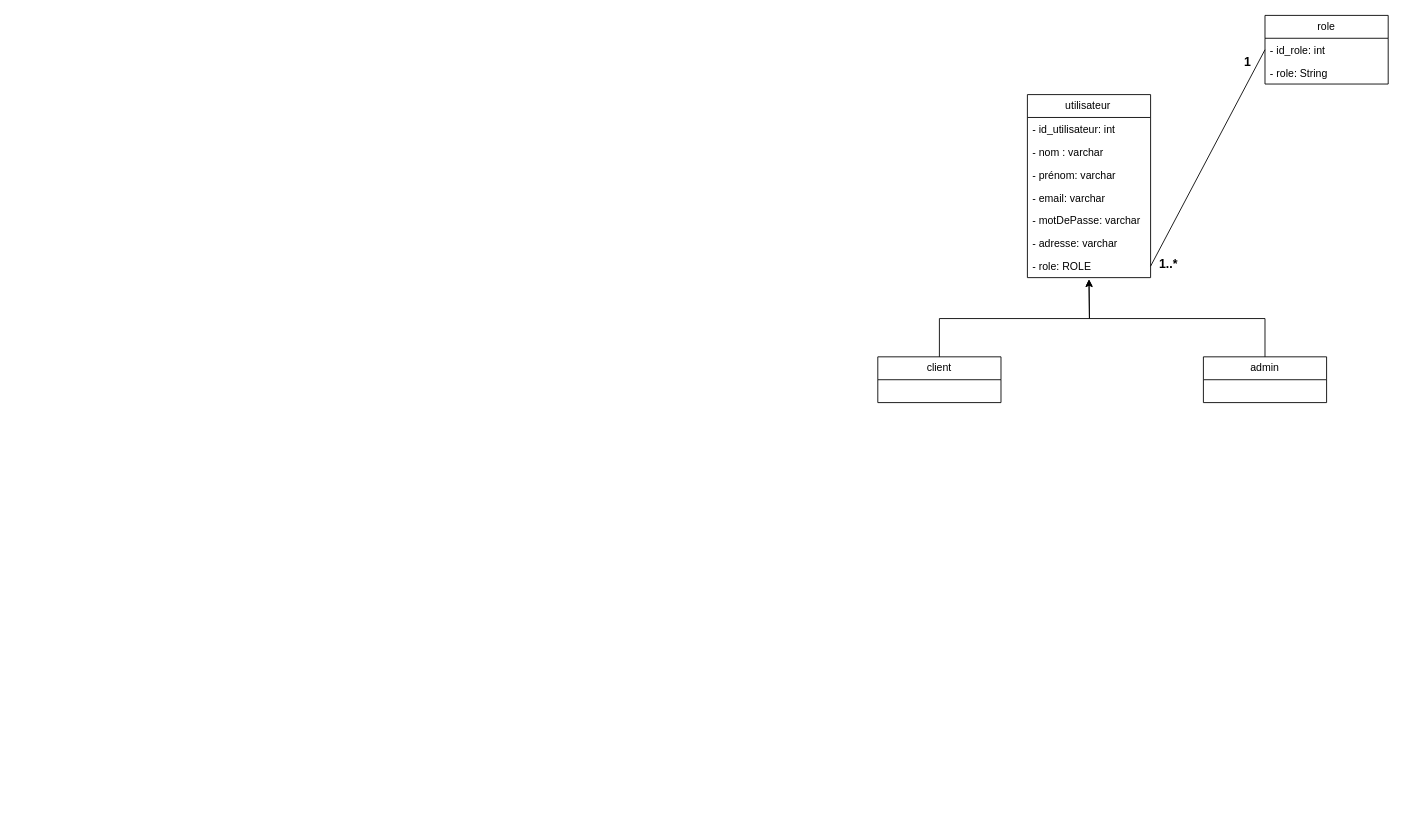
Before: All4u.drawio in ilyassoussi/all4u-front, a draw.io diagram. Source tidied: cells renumbered, new cells numbered last; positions are measured from the earlier drawing's top-left corner, leaving out a move shared by most shapes. Both pictures are drawn from the tidied source at 88%, with x=0, y=0 at pixel (877, 15).
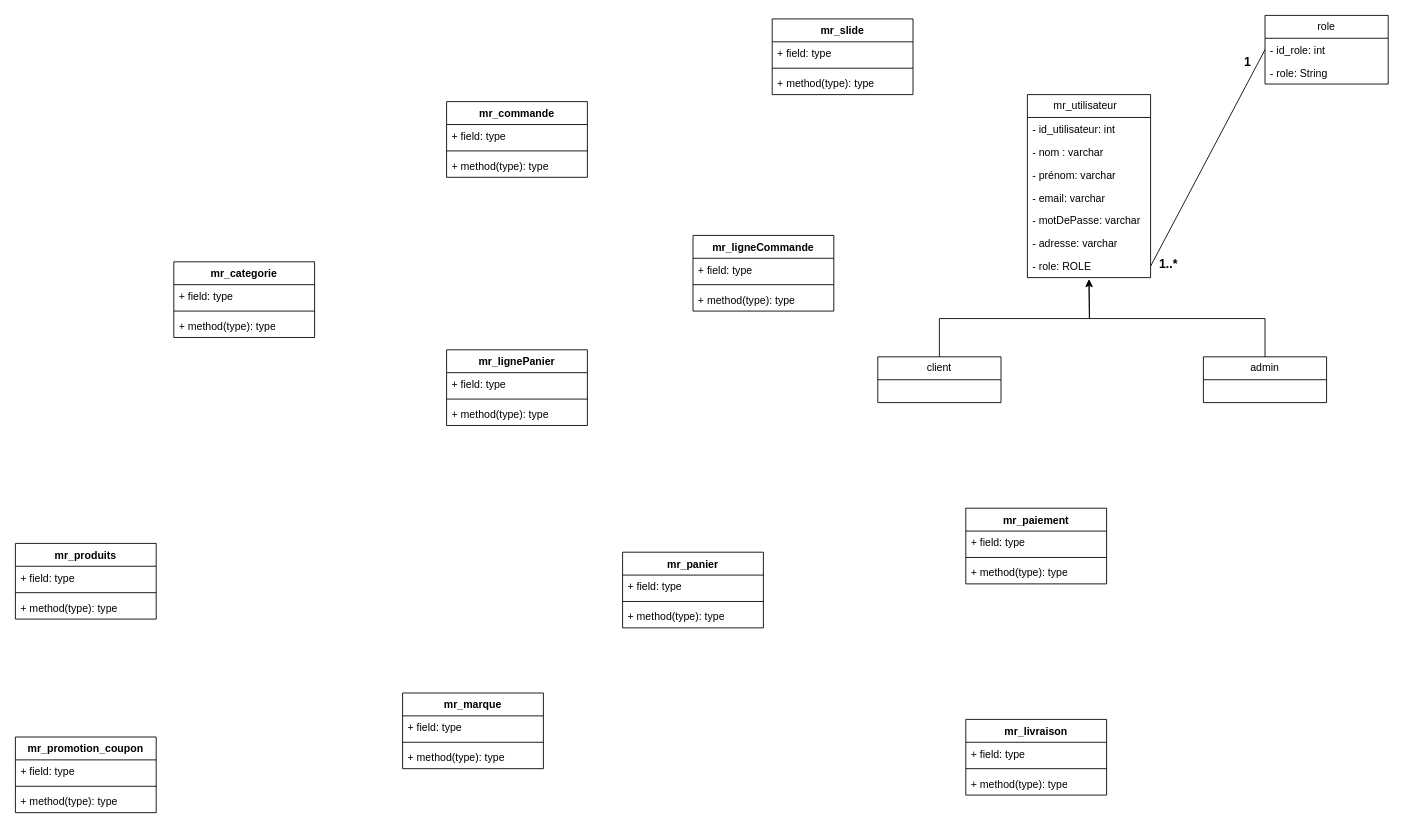
Above is the later version.

The edit, as a diff of the source:
```diff
@@
-    <mxCell id="7" value="utilisateur&lt;span style=&quot;white-space: pre;&quot;&gt;&#9;&lt;/span&gt;" style="swimlane;fontStyle=0;horizontal=1;startSize=26;fillColor=none;whiteSpace=wrap;html=1;" parent="1" vertex="1">
+    <mxCell id="7" value="mr_utilisateur&lt;span style=&quot;white-space: pre;&quot;&gt;&#9;&lt;/span&gt;" style="swimlane;fontStyle=0;horizontal=1;startSize=26;fillColor=none;whiteSpace=wrap;html=1;" parent="1" vertex="1">
       <mxGeometry x="170" y="90" width="140" height="208" as="geometry" />
     </mxCell>
@@
+    <mxCell id="20" value="mr_produits" style="swimlane;fontStyle=1;align=center;verticalAlign=top;horizontal=1;startSize=26;whiteSpace=wrap;html=1;" parent="1" vertex="1">
+      <mxGeometry x="-980" y="600" width="160" height="86" as="geometry" />
+    </mxCell>
+    <mxCell id="21" value="+ field: type" style="text;strokeColor=none;fillColor=none;align=left;verticalAlign=top;spacingLeft=4;spacingRight=4;overflow=hidden;whiteSpace=wrap;html=1;" parent="20" vertex="1">
+      <mxGeometry y="26" width="160" height="26" as="geometry" />
+    </mxCell>
+    <mxCell id="22" style="line;strokeWidth=1;fillColor=none;align=left;verticalAlign=middle;spacingTop=-1;spacingLeft=3;spacingRight=3;labelPosition=right;strokeColor=inherit;" parent="20" vertex="1">
+      <mxGeometry y="52" width="160" height="8" as="geometry" />
+    </mxCell>
+    <mxCell id="23" value="+ method(type): type" style="text;strokeColor=none;fillColor=none;align=left;verticalAlign=top;spacingLeft=4;spacingRight=4;overflow=hidden;whiteSpace=wrap;html=1;" parent="20" vertex="1">
+      <mxGeometry y="60" width="160" height="26" as="geometry" />
+    </mxCell>
+    <mxCell id="24" value="mr_marque" style="swimlane;fontStyle=1;align=center;verticalAlign=top;horizontal=1;startSize=26;whiteSpace=wrap;html=1;" parent="1" vertex="1">
+      <mxGeometry x="-540" y="770" width="160" height="86" as="geometry" />
+    </mxCell>
+    <mxCell id="25" value="+ field: type" style="text;strokeColor=none;fillColor=none;align=left;verticalAlign=top;spacingLeft=4;spacingRight=4;overflow=hidden;whiteSpace=wrap;html=1;" parent="24" vertex="1">
+      <mxGeometry y="26" width="160" height="26" as="geometry" />
+    </mxCell>
+    <mxCell id="26" style="line;strokeWidth=1;fillColor=none;align=left;verticalAlign=middle;spacingTop=-1;spacingLeft=3;spacingRight=3;labelPosition=right;strokeColor=inherit;" parent="24" vertex="1">
+      <mxGeometry y="52" width="160" height="8" as="geometry" />
+    </mxCell>
+    <mxCell id="27" value="+ method(type): type" style="text;strokeColor=none;fillColor=none;align=left;verticalAlign=top;spacingLeft=4;spacingRight=4;overflow=hidden;whiteSpace=wrap;html=1;" parent="24" vertex="1">
+      <mxGeometry y="60" width="160" height="26" as="geometry" />
+    </mxCell>
+    <mxCell id="28" value="mr_categorie" style="swimlane;fontStyle=1;align=center;verticalAlign=top;horizontal=1;startSize=26;whiteSpace=wrap;html=1;" parent="1" vertex="1">
+      <mxGeometry x="-800" y="280" width="160" height="86" as="geometry" />
+    </mxCell>
+    <mxCell id="29" value="+ field: type" style="text;strokeColor=none;fillColor=none;align=left;verticalAlign=top;spacingLeft=4;spacingRight=4;overflow=hidden;whiteSpace=wrap;html=1;" parent="28" vertex="1">
+      <mxGeometry y="26" width="160" height="26" as="geometry" />
+    </mxCell>
+    <mxCell id="30" style="line;strokeWidth=1;fillColor=none;align=left;verticalAlign=middle;spacingTop=-1;spacingLeft=3;spacingRight=3;labelPosition=right;strokeColor=inherit;" parent="28" vertex="1">
+      <mxGeometry y="52" width="160" height="8" as="geometry" />
+    </mxCell>
+    <mxCell id="31" value="+ method(type): type" style="text;strokeColor=none;fillColor=none;align=left;verticalAlign=top;spacingLeft=4;spacingRight=4;overflow=hidden;whiteSpace=wrap;html=1;" parent="28" vertex="1">
+      <mxGeometry y="60" width="160" height="26" as="geometry" />
+    </mxCell>
+    <mxCell id="32" value="mr_panier" style="swimlane;fontStyle=1;align=center;verticalAlign=top;horizontal=1;startSize=26;whiteSpace=wrap;html=1;" parent="1" vertex="1">
+      <mxGeometry x="-290" y="610" width="160" height="86" as="geometry" />
+    </mxCell>
+    <mxCell id="33" value="+ field: type" style="text;strokeColor=none;fillColor=none;align=left;verticalAlign=top;spacingLeft=4;spacingRight=4;overflow=hidden;whiteSpace=wrap;html=1;" parent="32" vertex="1">
+      <mxGeometry y="26" width="160" height="26" as="geometry" />
+    </mxCell>
+    <mxCell id="34" style="line;strokeWidth=1;fillColor=none;align=left;verticalAlign=middle;spacingTop=-1;spacingLeft=3;spacingRight=3;labelPosition=right;strokeColor=inherit;" parent="32" vertex="1">
+      <mxGeometry y="52" width="160" height="8" as="geometry" />
+    </mxCell>
+    <mxCell id="35" value="+ method(type): type" style="text;strokeColor=none;fillColor=none;align=left;verticalAlign=top;spacingLeft=4;spacingRight=4;overflow=hidden;whiteSpace=wrap;html=1;" parent="32" vertex="1">
+      <mxGeometry y="60" width="160" height="26" as="geometry" />
+    </mxCell>
+    <mxCell id="36" value="mr_commande" style="swimlane;fontStyle=1;align=center;verticalAlign=top;horizontal=1;startSize=26;whiteSpace=wrap;html=1;" parent="1" vertex="1">
+      <mxGeometry x="-490" y="98" width="160" height="86" as="geometry" />
+    </mxCell>
+    <mxCell id="37" value="+ field: type" style="text;strokeColor=none;fillColor=none;align=left;verticalAlign=top;spacingLeft=4;spacingRight=4;overflow=hidden;whiteSpace=wrap;html=1;" parent="36" vertex="1">
+      <mxGeometry y="26" width="160" height="26" as="geometry" />
+    </mxCell>
+    <mxCell id="38" style="line;strokeWidth=1;fillColor=none;align=left;verticalAlign=middle;spacingTop=-1;spacingLeft=3;spacingRight=3;labelPosition=right;strokeColor=inherit;" parent="36" vertex="1">
+      <mxGeometry y="52" width="160" height="8" as="geometry" />
+    </mxCell>
+    <mxCell id="39" value="+ method(type): type" style="text;strokeColor=none;fillColor=none;align=left;verticalAlign=top;spacingLeft=4;spacingRight=4;overflow=hidden;whiteSpace=wrap;html=1;" parent="36" vertex="1">
+      <mxGeometry y="60" width="160" height="26" as="geometry" />
+    </mxCell>
+    <mxCell id="40" value="mr_ligneCommande" style="swimlane;fontStyle=1;align=center;verticalAlign=top;horizontal=1;startSize=26;whiteSpace=wrap;html=1;" parent="1" vertex="1">
+      <mxGeometry x="-210" y="250" width="160" height="86" as="geometry" />
+    </mxCell>
+    <mxCell id="41" value="+ field: type" style="text;strokeColor=none;fillColor=none;align=left;verticalAlign=top;spacingLeft=4;spacingRight=4;overflow=hidden;whiteSpace=wrap;html=1;" parent="40" vertex="1">
+      <mxGeometry y="26" width="160" height="26" as="geometry" />
+    </mxCell>
+    <mxCell id="42" style="line;strokeWidth=1;fillColor=none;align=left;verticalAlign=middle;spacingTop=-1;spacingLeft=3;spacingRight=3;labelPosition=right;strokeColor=inherit;" parent="40" vertex="1">
+      <mxGeometry y="52" width="160" height="8" as="geometry" />
+    </mxCell>
+    <mxCell id="43" value="+ method(type): type" style="text;strokeColor=none;fillColor=none;align=left;verticalAlign=top;spacingLeft=4;spacingRight=4;overflow=hidden;whiteSpace=wrap;html=1;" parent="40" vertex="1">
+      <mxGeometry y="60" width="160" height="26" as="geometry" />
+    </mxCell>
+    <mxCell id="44" value="mr_lignePanier" style="swimlane;fontStyle=1;align=center;verticalAlign=top;horizontal=1;startSize=26;whiteSpace=wrap;html=1;" parent="1" vertex="1">
+      <mxGeometry x="-490" y="380" width="160" height="86" as="geometry" />
+    </mxCell>
+    <mxCell id="45" value="+ field: type" style="text;strokeColor=none;fillColor=none;align=left;verticalAlign=top;spacingLeft=4;spacingRight=4;overflow=hidden;whiteSpace=wrap;html=1;" parent="44" vertex="1">
+      <mxGeometry y="26" width="160" height="26" as="geometry" />
+    </mxCell>
+    <mxCell id="46" style="line;strokeWidth=1;fillColor=none;align=left;verticalAlign=middle;spacingTop=-1;spacingLeft=3;spacingRight=3;labelPosition=right;strokeColor=inherit;" parent="44" vertex="1">
+      <mxGeometry y="52" width="160" height="8" as="geometry" />
+    </mxCell>
+    <mxCell id="47" value="+ method(type): type" style="text;strokeColor=none;fillColor=none;align=left;verticalAlign=top;spacingLeft=4;spacingRight=4;overflow=hidden;whiteSpace=wrap;html=1;" parent="44" vertex="1">
+      <mxGeometry y="60" width="160" height="26" as="geometry" />
+    </mxCell>
+    <mxCell id="48" value="mr_promotion_coupon" style="swimlane;fontStyle=1;align=center;verticalAlign=top;horizontal=1;startSize=26;whiteSpace=wrap;html=1;" parent="1" vertex="1">
+      <mxGeometry x="-980" y="820" width="160" height="86" as="geometry" />
+    </mxCell>
+    <mxCell id="49" value="+ field: type" style="text;strokeColor=none;fillColor=none;align=left;verticalAlign=top;spacingLeft=4;spacingRight=4;overflow=hidden;whiteSpace=wrap;html=1;" parent="48" vertex="1">
+      <mxGeometry y="26" width="160" height="26" as="geometry" />
+    </mxCell>
+    <mxCell id="50" style="line;strokeWidth=1;fillColor=none;align=left;verticalAlign=middle;spacingTop=-1;spacingLeft=3;spacingRight=3;labelPosition=right;strokeColor=inherit;" parent="48" vertex="1">
+      <mxGeometry y="52" width="160" height="8" as="geometry" />
+    </mxCell>
+    <mxCell id="51" value="+ method(type): type" style="text;strokeColor=none;fillColor=none;align=left;verticalAlign=top;spacingLeft=4;spacingRight=4;overflow=hidden;whiteSpace=wrap;html=1;" parent="48" vertex="1">
+      <mxGeometry y="60" width="160" height="26" as="geometry" />
+    </mxCell>
+    <mxCell id="52" value="mr_paiement" style="swimlane;fontStyle=1;align=center;verticalAlign=top;horizontal=1;startSize=26;whiteSpace=wrap;html=1;" parent="1" vertex="1">
+      <mxGeometry x="100" y="560" width="160" height="86" as="geometry" />
+    </mxCell>
+    <mxCell id="53" value="+ field: type" style="text;strokeColor=none;fillColor=none;align=left;verticalAlign=top;spacingLeft=4;spacingRight=4;overflow=hidden;whiteSpace=wrap;html=1;" parent="52" vertex="1">
+      <mxGeometry y="26" width="160" height="26" as="geometry" />
+    </mxCell>
+    <mxCell id="54" style="line;strokeWidth=1;fillColor=none;align=left;verticalAlign=middle;spacingTop=-1;spacingLeft=3;spacingRight=3;labelPosition=right;strokeColor=inherit;" parent="52" vertex="1">
+      <mxGeometry y="52" width="160" height="8" as="geometry" />
+    </mxCell>
+    <mxCell id="55" value="+ method(type): type" style="text;strokeColor=none;fillColor=none;align=left;verticalAlign=top;spacingLeft=4;spacingRight=4;overflow=hidden;whiteSpace=wrap;html=1;" parent="52" vertex="1">
+      <mxGeometry y="60" width="160" height="26" as="geometry" />
+    </mxCell>
+    <mxCell id="56" value="mr_livraison" style="swimlane;fontStyle=1;align=center;verticalAlign=top;horizontal=1;startSize=26;whiteSpace=wrap;html=1;" parent="1" vertex="1">
+      <mxGeometry x="100" y="800" width="160" height="86" as="geometry" />
+    </mxCell>
+    <mxCell id="57" value="+ field: type" style="text;strokeColor=none;fillColor=none;align=left;verticalAlign=top;spacingLeft=4;spacingRight=4;overflow=hidden;whiteSpace=wrap;html=1;" parent="56" vertex="1">
+      <mxGeometry y="26" width="160" height="26" as="geometry" />
+    </mxCell>
+    <mxCell id="58" style="line;strokeWidth=1;fillColor=none;align=left;verticalAlign=middle;spacingTop=-1;spacingLeft=3;spacingRight=3;labelPosition=right;strokeColor=inherit;" parent="56" vertex="1">
+      <mxGeometry y="52" width="160" height="8" as="geometry" />
+    </mxCell>
+    <mxCell id="59" value="+ method(type): type" style="text;strokeColor=none;fillColor=none;align=left;verticalAlign=top;spacingLeft=4;spacingRight=4;overflow=hidden;whiteSpace=wrap;html=1;" parent="56" vertex="1">
+      <mxGeometry y="60" width="160" height="26" as="geometry" />
+    </mxCell>
+    <mxCell id="60" value="mr_slide" style="swimlane;fontStyle=1;align=center;verticalAlign=top;horizontal=1;startSize=26;whiteSpace=wrap;html=1;" parent="1" vertex="1">
+      <mxGeometry x="-120" y="4" width="160" height="86" as="geometry" />
+    </mxCell>
+    <mxCell id="61" value="+ field: type" style="text;strokeColor=none;fillColor=none;align=left;verticalAlign=top;spacingLeft=4;spacingRight=4;overflow=hidden;whiteSpace=wrap;html=1;" parent="60" vertex="1">
+      <mxGeometry y="26" width="160" height="26" as="geometry" />
+    </mxCell>
+    <mxCell id="62" style="line;strokeWidth=1;fillColor=none;align=left;verticalAlign=middle;spacingTop=-1;spacingLeft=3;spacingRight=3;labelPosition=right;strokeColor=inherit;" parent="60" vertex="1">
+      <mxGeometry y="52" width="160" height="8" as="geometry" />
+    </mxCell>
+    <mxCell id="63" value="+ method(type): type" style="text;strokeColor=none;fillColor=none;align=left;verticalAlign=top;spacingLeft=4;spacingRight=4;overflow=hidden;whiteSpace=wrap;html=1;" parent="60" vertex="1">
+      <mxGeometry y="60" width="160" height="26" as="geometry" />
+    </mxCell>
```
